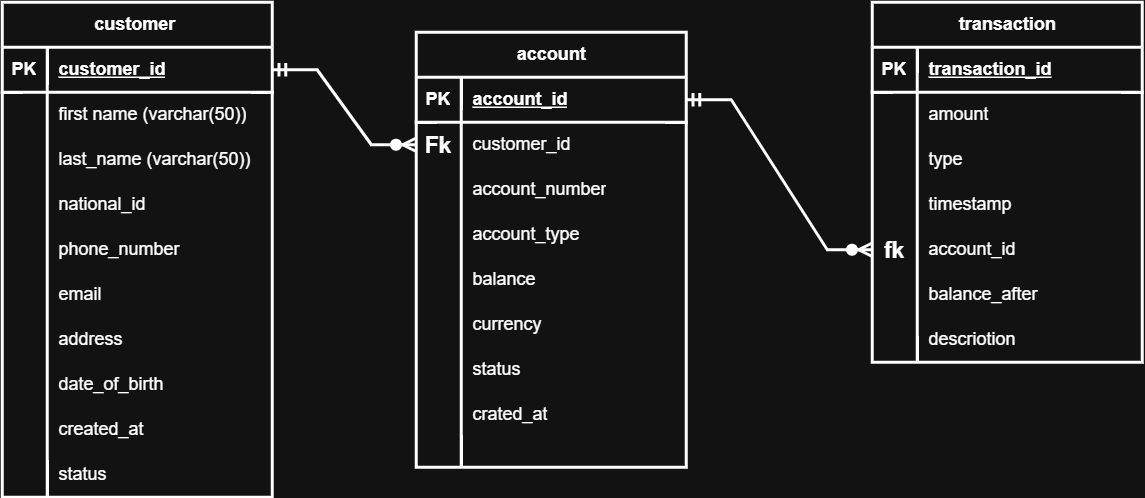
Before: database/ERD-Bank-System-project.drawio.png, a diagram exported from draw.io (HaniyehAbedinpour/Bank-System-OOP). Source tidied: cells renumbered, new cells last; positions are measured from the earlier drawing's top-left corner, leaving out a move shared by most shapes.
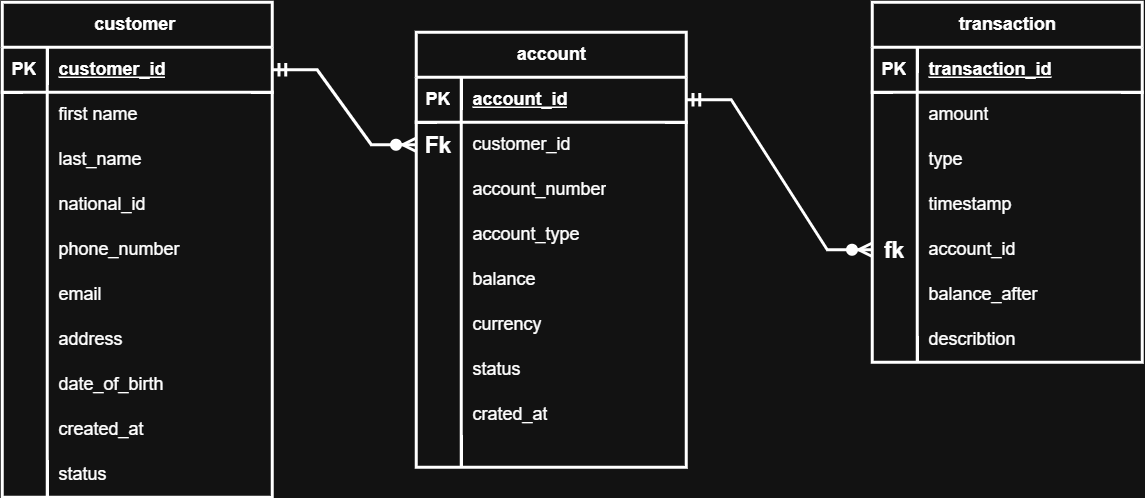
Above is the later version.

Change to the diagram source:
```diff
@@ -65,7 +65,7 @@
     <mxCell id="22" style="shape=partialRectangle;fillColor=none;top=0;left=0;bottom=0;right=0;overflow=hidden;whiteSpace=wrap;html=1;strokeWidth=2;" parent="21" vertex="1">
       <mxGeometry width="30" height="30" as="geometry" />
     </mxCell>
-    <mxCell id="23" value="descriotion" style="shape=partialRectangle;fillColor=none;top=0;left=0;bottom=0;right=0;align=left;spacingLeft=6;overflow=hidden;whiteSpace=wrap;html=1;strokeWidth=2;" parent="21" vertex="1">
+    <mxCell id="23" value="describtion" style="shape=partialRectangle;fillColor=none;top=0;left=0;bottom=0;right=0;align=left;spacingLeft=6;overflow=hidden;whiteSpace=wrap;html=1;strokeWidth=2;" parent="21" vertex="1">
       <mxGeometry x="30" width="150" height="30" as="geometry" />
     </mxCell>
     <mxCell id="24" value="customer&amp;nbsp;" style="shape=table;startSize=30;rowLines=0;fontStyle=1;align=center;html=1;strokeWidth=2;" parent="1" vertex="1">
@@ -86,7 +86,7 @@
     <mxCell id="29" style="shape=partialRectangle;fillColor=none;top=0;left=0;bottom=0;right=0;overflow=hidden;whiteSpace=wrap;html=1;strokeWidth=2;" parent="28" vertex="1">
       <mxGeometry width="30" height="30" as="geometry" />
     </mxCell>
-    <mxCell id="30" value="first name (varchar(50))" style="shape=partialRectangle;fillColor=none;top=0;left=0;bottom=0;right=0;align=left;spacingLeft=6;overflow=hidden;whiteSpace=wrap;html=1;strokeWidth=2;" parent="28" vertex="1">
+    <mxCell id="30" value="first name&amp;nbsp;" style="shape=partialRectangle;fillColor=none;top=0;left=0;bottom=0;right=0;align=left;spacingLeft=6;overflow=hidden;whiteSpace=wrap;html=1;strokeWidth=2;" parent="28" vertex="1">
       <mxGeometry x="30" width="150" height="30" as="geometry" />
     </mxCell>
     <mxCell id="31" style="shape=tableRow;horizontal=0;startSize=0;swimlaneHead=0;swimlaneBody=0;fillColor=none;top=0;left=0;right=0;bottom=0;strokeWidth=2;" parent="24" vertex="1">
@@ -95,7 +95,7 @@
     <mxCell id="32" style="shape=partialRectangle;fillColor=none;top=0;left=0;bottom=0;right=0;overflow=hidden;whiteSpace=wrap;html=1;strokeWidth=2;" parent="31" vertex="1">
       <mxGeometry width="30" height="30" as="geometry" />
     </mxCell>
-    <mxCell id="33" value="last_name (varchar(50))" style="shape=partialRectangle;fillColor=none;top=0;left=0;bottom=0;right=0;align=left;spacingLeft=6;overflow=hidden;whiteSpace=wrap;html=1;strokeWidth=2;" parent="31" vertex="1">
+    <mxCell id="33" value="last_name&amp;nbsp;" style="shape=partialRectangle;fillColor=none;top=0;left=0;bottom=0;right=0;align=left;spacingLeft=6;overflow=hidden;whiteSpace=wrap;html=1;strokeWidth=2;" parent="31" vertex="1">
       <mxGeometry x="30" width="150" height="30" as="geometry" />
     </mxCell>
     <mxCell id="34" style="shape=tableRow;horizontal=0;startSize=0;swimlaneHead=0;swimlaneBody=0;fillColor=none;top=0;left=0;right=0;bottom=0;strokeWidth=2;" parent="24" vertex="1">
```
